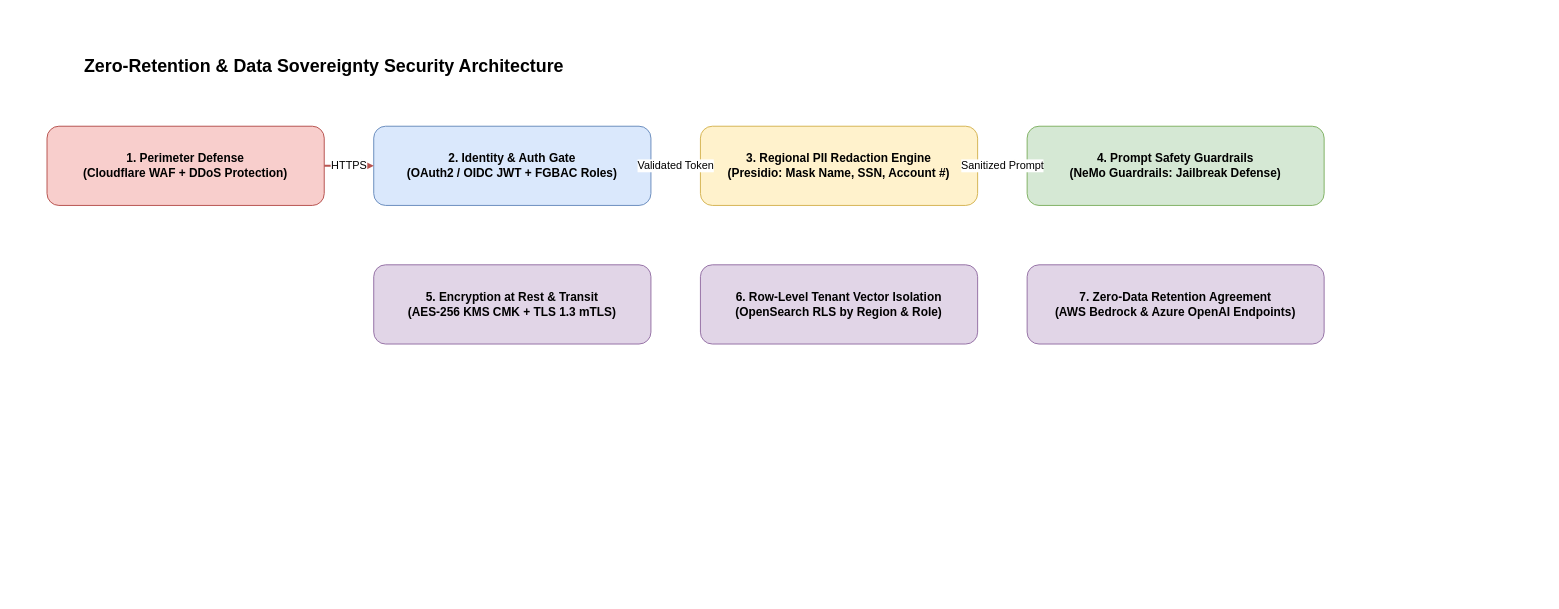
Before: page "3. Security & Privacy Architecture View" (3 of 10) of designs/multi-region-banking-ai-platform/multi_region_banking_ai.drawio in ersansingh/ai-solution-architecture, a draw.io diagram. Source tidied: cells renumbered, new cells numbered last; positions are measured from the earlier drawing's top-left corner, leaving out a move shared by most shapes. Both pictures are drawn from the tidied source at 99%, with x=0, y=0 at pixel (27, 47).
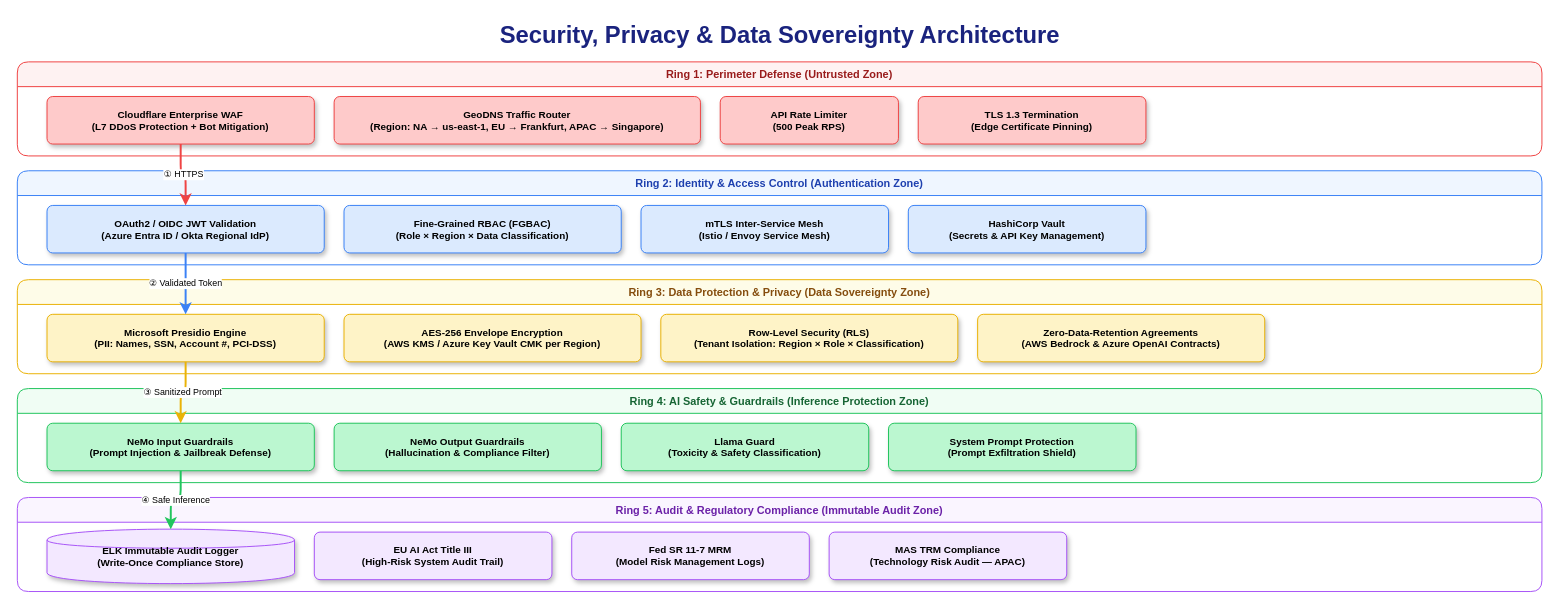
Above is the later version.

The edit, as a diff of the source:
```diff
@@
-    <mxCell id="2" value="Zero-Retention &amp; Data Sovereignty Security Architecture" style="text;html=1;strokeColor=none;fillColor=none;align=center;verticalAlign=middle;whiteSpace=wrap;rounded=0;fontSize=18;fontStyle=1;" parent="1" vertex="1">
-      <mxGeometry width="600" height="40" as="geometry" />
-    </mxCell>
-    <mxCell id="3" value="1. Perimeter Defense&#10;(Cloudflare WAF + DDoS Protection)" style="rounded=1;whiteSpace=wrap;html=1;fillColor=#f8cecc;strokeColor=#b85450;fontStyle=1;" parent="1" vertex="1">
-      <mxGeometry x="20" y="80" width="280" height="80" as="geometry" />
-    </mxCell>
-    <mxCell id="4" value="2. Identity &amp; Auth Gate&#10;(OAuth2 / OIDC JWT + FGBAC Roles)" style="rounded=1;whiteSpace=wrap;html=1;fillColor=#dae8fc;strokeColor=#6c8ebf;fontStyle=1;" parent="1" vertex="1">
-      <mxGeometry x="350" y="80" width="280" height="80" as="geometry" />
-    </mxCell>
-    <mxCell id="5" value="3. Regional PII Redaction Engine&#10;(Presidio: Mask Name, SSN, Account #)" style="rounded=1;whiteSpace=wrap;html=1;fillColor=#fff2cc;strokeColor=#d6b656;fontStyle=1;" parent="1" vertex="1">
-      <mxGeometry x="680" y="80" width="280" height="80" as="geometry" />
-    </mxCell>
-    <mxCell id="6" value="4. Prompt Safety Guardrails&#10;(NeMo Guardrails: Jailbreak Defense)" style="rounded=1;whiteSpace=wrap;html=1;fillColor=#d5e8d4;strokeColor=#82b366;fontStyle=1;" parent="1" vertex="1">
-      <mxGeometry x="1010" y="80" width="300" height="80" as="geometry" />
-    </mxCell>
-    <mxCell id="7" value="5. Encryption at Rest &amp; Transit&#10;(AES-256 KMS CMK + TLS 1.3 mTLS)" style="rounded=1;whiteSpace=wrap;html=1;fillColor=#e1d5e7;strokeColor=#9673a6;fontStyle=1;" parent="1" vertex="1">
-      <mxGeometry x="350" y="220" width="280" height="80" as="geometry" />
-    </mxCell>
-    <mxCell id="8" value="6. Row-Level Tenant Vector Isolation&#10;(OpenSearch RLS by Region &amp; Role)" style="rounded=1;whiteSpace=wrap;html=1;fillColor=#e1d5e7;strokeColor=#9673a6;fontStyle=1;" parent="1" vertex="1">
-      <mxGeometry x="680" y="220" width="280" height="80" as="geometry" />
-    </mxCell>
-    <mxCell id="9" value="7. Zero-Data Retention Agreement&#10;(AWS Bedrock &amp; Azure OpenAI Endpoints)" style="rounded=1;whiteSpace=wrap;html=1;fillColor=#e1d5e7;strokeColor=#9673a6;fontStyle=1;" parent="1" vertex="1">
-      <mxGeometry x="1010" y="220" width="300" height="80" as="geometry" />
-    </mxCell>
-    <mxCell id="10" value="HTTPS" style="edgeStyle=orthogonalEdgeStyle;rounded=1;orthoLoop=1;jettySize=auto;html=1;strokeColor=#b85450;strokeWidth=2;" parent="1" edge="1" source="3" target="4">
-      <mxGeometry relative="1" as="geometry" />
-    </mxCell>
-    <mxCell id="11" value="Validated Token" style="edgeStyle=orthogonalEdgeStyle;rounded=1;orthoLoop=1;jettySize=auto;html=1;strokeColor=#6c8ebf;strokeWidth=2;" parent="1" edge="1" source="4" target="5">
-      <mxGeometry relative="1" as="geometry" />
-    </mxCell>
-    <mxCell id="12" value="Sanitized Prompt" style="edgeStyle=orthogonalEdgeStyle;rounded=1;orthoLoop=1;jettySize=auto;html=1;strokeColor=#d6b656;strokeWidth=2;" parent="1" edge="1" source="5" target="6">
-      <mxGeometry relative="1" as="geometry" />
-    </mxCell>
+    <mxCell id="13" value="Security, Privacy &amp; Data Sovereignty Architecture" style="text;html=1;fontSize=24;fontStyle=1;align=center;verticalAlign=middle;fillColor=none;strokeColor=none;fontColor=#1a237e;" parent="1" vertex="1">
+      <mxGeometry x="160" y="-30" width="1200" height="35" as="geometry" />
+    </mxCell>
+    <mxCell id="14" value="Ring 1: Perimeter Defense (Untrusted Zone)" style="swimlane;whiteSpace=wrap;html=1;fillColor=#fef2f2;strokeColor=#ef4444;fontStyle=1;startSize=25;rounded=1;fontSize=11;fontColor=#991b1b;" parent="1" vertex="1">
+      <mxGeometry x="-10" y="15" width="1540" height="95" as="geometry" />
+    </mxCell>
+    <mxCell id="15" value="Cloudflare Enterprise WAF&#10;(L7 DDoS Protection + Bot Mitigation)" style="rounded=1;whiteSpace=wrap;html=1;fillColor=#fecaca;strokeColor=#ef4444;fontStyle=1;fontSize=10;shadow=1;arcSize=12;" parent="14" vertex="1">
+      <mxGeometry x="30" y="35" width="270" height="48" as="geometry" />
+    </mxCell>
+    <mxCell id="16" value="GeoDNS Traffic Router&#10;(Region: NA → us-east-1, EU → Frankfurt, APAC → Singapore)" style="rounded=1;whiteSpace=wrap;html=1;fillColor=#fecaca;strokeColor=#ef4444;fontStyle=1;fontSize=10;shadow=1;arcSize=12;" parent="14" vertex="1">
+      <mxGeometry x="320" y="35" width="370" height="48" as="geometry" />
+    </mxCell>
+    <mxCell id="17" value="API Rate Limiter&#10;(500 Peak RPS)" style="rounded=1;whiteSpace=wrap;html=1;fillColor=#fecaca;strokeColor=#ef4444;fontStyle=1;fontSize=10;shadow=1;arcSize=12;" parent="14" vertex="1">
+      <mxGeometry x="710" y="35" width="180" height="48" as="geometry" />
+    </mxCell>
+    <mxCell id="18" value="TLS 1.3 Termination&#10;(Edge Certificate Pinning)" style="rounded=1;whiteSpace=wrap;html=1;fillColor=#fecaca;strokeColor=#ef4444;fontStyle=1;fontSize=10;shadow=1;arcSize=12;" parent="14" vertex="1">
+      <mxGeometry x="910" y="35" width="230" height="48" as="geometry" />
+    </mxCell>
+    <mxCell id="19" value="Ring 2: Identity &amp; Access Control (Authentication Zone)" style="swimlane;whiteSpace=wrap;html=1;fillColor=#eff6ff;strokeColor=#3b82f6;fontStyle=1;startSize=25;rounded=1;fontSize=11;fontColor=#1e40af;" parent="1" vertex="1">
+      <mxGeometry x="-10" y="125" width="1540" height="95" as="geometry" />
+    </mxCell>
+    <mxCell id="20" value="OAuth2 / OIDC JWT Validation&#10;(Azure Entra ID / Okta Regional IdP)" style="rounded=1;whiteSpace=wrap;html=1;fillColor=#dbeafe;strokeColor=#3b82f6;fontStyle=1;fontSize=10;shadow=1;arcSize=12;" parent="19" vertex="1">
+      <mxGeometry x="30" y="35" width="280" height="48" as="geometry" />
+    </mxCell>
+    <mxCell id="21" value="Fine-Grained RBAC (FGBAC)&#10;(Role × Region × Data Classification)" style="rounded=1;whiteSpace=wrap;html=1;fillColor=#dbeafe;strokeColor=#3b82f6;fontStyle=1;fontSize=10;shadow=1;arcSize=12;" parent="19" vertex="1">
+      <mxGeometry x="330" y="35" width="280" height="48" as="geometry" />
+    </mxCell>
+    <mxCell id="22" value="mTLS Inter-Service Mesh&#10;(Istio / Envoy Service Mesh)" style="rounded=1;whiteSpace=wrap;html=1;fillColor=#dbeafe;strokeColor=#3b82f6;fontStyle=1;fontSize=10;shadow=1;arcSize=12;" parent="19" vertex="1">
+      <mxGeometry x="630" y="35" width="250" height="48" as="geometry" />
+    </mxCell>
+    <mxCell id="23" value="HashiCorp Vault&#10;(Secrets &amp; API Key Management)" style="rounded=1;whiteSpace=wrap;html=1;fillColor=#dbeafe;strokeColor=#3b82f6;fontStyle=1;fontSize=10;shadow=1;arcSize=12;" parent="19" vertex="1">
+      <mxGeometry x="900" y="35" width="240" height="48" as="geometry" />
+    </mxCell>
+    <mxCell id="24" value="Ring 3: Data Protection &amp; Privacy (Data Sovereignty Zone)" style="swimlane;whiteSpace=wrap;html=1;fillColor=#fefce8;strokeColor=#eab308;fontStyle=1;startSize=25;rounded=1;fontSize=11;fontColor=#854d0e;" parent="1" vertex="1">
+      <mxGeometry x="-10" y="235" width="1540" height="95" as="geometry" />
+    </mxCell>
+    <mxCell id="25" value="Microsoft Presidio Engine&#10;(PII: Names, SSN, Account #, PCI-DSS)" style="rounded=1;whiteSpace=wrap;html=1;fillColor=#fef3c7;strokeColor=#eab308;fontStyle=1;fontSize=10;shadow=1;arcSize=12;" parent="24" vertex="1">
+      <mxGeometry x="30" y="35" width="280" height="48" as="geometry" />
+    </mxCell>
+    <mxCell id="26" value="AES-256 Envelope Encryption&#10;(AWS KMS / Azure Key Vault CMK per Region)" style="rounded=1;whiteSpace=wrap;html=1;fillColor=#fef3c7;strokeColor=#eab308;fontStyle=1;fontSize=10;shadow=1;arcSize=12;" parent="24" vertex="1">
+      <mxGeometry x="330" y="35" width="300" height="48" as="geometry" />
+    </mxCell>
+    <mxCell id="27" value="Row-Level Security (RLS)&#10;(Tenant Isolation: Region × Role × Classification)" style="rounded=1;whiteSpace=wrap;html=1;fillColor=#fef3c7;strokeColor=#eab308;fontStyle=1;fontSize=10;shadow=1;arcSize=12;" parent="24" vertex="1">
+      <mxGeometry x="650" y="35" width="300" height="48" as="geometry" />
+    </mxCell>
+    <mxCell id="28" value="Zero-Data-Retention Agreements&#10;(AWS Bedrock &amp; Azure OpenAI Contracts)" style="rounded=1;whiteSpace=wrap;html=1;fillColor=#fef3c7;strokeColor=#eab308;fontStyle=1;fontSize=10;shadow=1;arcSize=12;" parent="24" vertex="1">
+      <mxGeometry x="970" y="35" width="290" height="48" as="geometry" />
+    </mxCell>
+    <mxCell id="29" value="Ring 4: AI Safety &amp; Guardrails (Inference Protection Zone)" style="swimlane;whiteSpace=wrap;html=1;fillColor=#f0fdf4;strokeColor=#22c55e;fontStyle=1;startSize=25;rounded=1;fontSize=11;fontColor=#166534;" parent="1" vertex="1">
+      <mxGeometry x="-10" y="345" width="1540" height="95" as="geometry" />
+    </mxCell>
+    <mxCell id="30" value="NeMo Input Guardrails&#10;(Prompt Injection &amp; Jailbreak Defense)" style="rounded=1;whiteSpace=wrap;html=1;fillColor=#bbf7d0;strokeColor=#22c55e;fontStyle=1;fontSize=10;shadow=1;arcSize=12;" parent="29" vertex="1">
+      <mxGeometry x="30" y="35" width="270" height="48" as="geometry" />
+    </mxCell>
+    <mxCell id="31" value="NeMo Output Guardrails&#10;(Hallucination &amp; Compliance Filter)" style="rounded=1;whiteSpace=wrap;html=1;fillColor=#bbf7d0;strokeColor=#22c55e;fontStyle=1;fontSize=10;shadow=1;arcSize=12;" parent="29" vertex="1">
+      <mxGeometry x="320" y="35" width="270" height="48" as="geometry" />
+    </mxCell>
+    <mxCell id="32" value="Llama Guard&#10;(Toxicity &amp; Safety Classification)" style="rounded=1;whiteSpace=wrap;html=1;fillColor=#bbf7d0;strokeColor=#22c55e;fontStyle=1;fontSize=10;shadow=1;arcSize=12;" parent="29" vertex="1">
+      <mxGeometry x="610" y="35" width="250" height="48" as="geometry" />
+    </mxCell>
+    <mxCell id="33" value="System Prompt Protection&#10;(Prompt Exfiltration Shield)" style="rounded=1;whiteSpace=wrap;html=1;fillColor=#bbf7d0;strokeColor=#22c55e;fontStyle=1;fontSize=10;shadow=1;arcSize=12;" parent="29" vertex="1">
+      <mxGeometry x="880" y="35" width="250" height="48" as="geometry" />
+    </mxCell>
+    <mxCell id="34" value="Ring 5: Audit &amp; Regulatory Compliance (Immutable Audit Zone)" style="swimlane;whiteSpace=wrap;html=1;fillColor=#faf5ff;strokeColor=#a855f7;fontStyle=1;startSize=25;rounded=1;fontSize=11;fontColor=#6b21a8;" parent="1" vertex="1">
+      <mxGeometry x="-10" y="455" width="1540" height="95" as="geometry" />
+    </mxCell>
+    <mxCell id="35" value="ELK Immutable Audit Logger&#10;(Write-Once Compliance Store)" style="shape=cylinder;whiteSpace=wrap;html=1;fillColor=#f3e8ff;strokeColor=#a855f7;fontStyle=1;fontSize=10;shadow=1;arcSize=12;" parent="34" vertex="1">
+      <mxGeometry x="30" y="32" width="250" height="55" as="geometry" />
+    </mxCell>
+    <mxCell id="36" value="EU AI Act Title III&#10;(High-Risk System Audit Trail)" style="rounded=1;whiteSpace=wrap;html=1;fillColor=#f3e8ff;strokeColor=#a855f7;fontStyle=1;fontSize=10;shadow=1;arcSize=12;" parent="34" vertex="1">
+      <mxGeometry x="300" y="35" width="240" height="48" as="geometry" />
+    </mxCell>
+    <mxCell id="37" value="Fed SR 11-7 MRM&#10;(Model Risk Management Logs)" style="rounded=1;whiteSpace=wrap;html=1;fillColor=#f3e8ff;strokeColor=#a855f7;fontStyle=1;fontSize=10;shadow=1;arcSize=12;" parent="34" vertex="1">
+      <mxGeometry x="560" y="35" width="240" height="48" as="geometry" />
+    </mxCell>
+    <mxCell id="38" value="MAS TRM Compliance&#10;(Technology Risk Audit — APAC)" style="rounded=1;whiteSpace=wrap;html=1;fillColor=#f3e8ff;strokeColor=#a855f7;fontStyle=1;fontSize=10;shadow=1;arcSize=12;" parent="34" vertex="1">
+      <mxGeometry x="820" y="35" width="240" height="48" as="geometry" />
+    </mxCell>
+    <mxCell id="39" value="① HTTPS" style="edgeStyle=orthogonalEdgeStyle;rounded=1;orthoLoop=1;jettySize=auto;html=1;strokeColor=#ef4444;strokeWidth=2;fontSize=9;" parent="1" edge="1" source="15" target="20">
+      <mxGeometry relative="1" as="geometry" />
+    </mxCell>
+    <mxCell id="40" value="② Validated Token" style="edgeStyle=orthogonalEdgeStyle;rounded=1;orthoLoop=1;jettySize=auto;html=1;strokeColor=#3b82f6;strokeWidth=2;fontSize=9;" parent="1" edge="1" source="20" target="25">
+      <mxGeometry relative="1" as="geometry" />
+    </mxCell>
+    <mxCell id="41" value="③ Sanitized Prompt" style="edgeStyle=orthogonalEdgeStyle;rounded=1;orthoLoop=1;jettySize=auto;html=1;strokeColor=#eab308;strokeWidth=2;fontSize=9;" parent="1" edge="1" source="25" target="30">
+      <mxGeometry relative="1" as="geometry" />
+    </mxCell>
+    <mxCell id="42" value="④ Safe Inference" style="edgeStyle=orthogonalEdgeStyle;rounded=1;orthoLoop=1;jettySize=auto;html=1;strokeColor=#22c55e;strokeWidth=2;fontSize=9;" parent="1" edge="1" source="30" target="35">
+      <mxGeometry relative="1" as="geometry" />
+    </mxCell>
```
